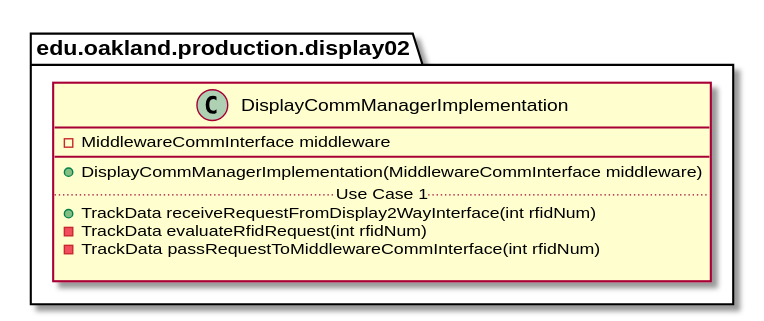
Earlier version of the PlantUML export docs/uml-class-diagrams/display02/production/DisplayCommManagerImplementation/DisplayCommManagerImplementation.svg (andrewdimmer/csi-3370-software-project).
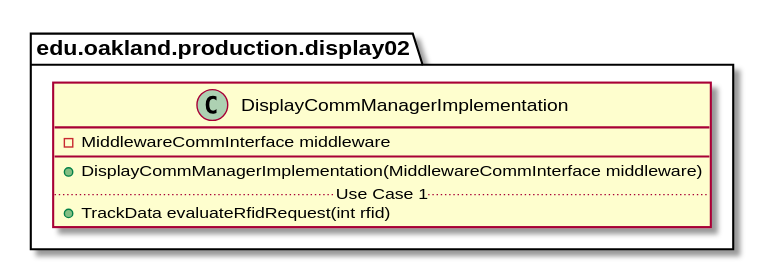
Above is the later version.

The edit, as a diff of the source:
```diff
@@ -6,10 +6,7 @@
         __
         + DisplayCommManagerImplementation(MiddlewareCommInterface middleware)
         .. Use Case 1 ..
-        + TrackData receiveRequestFromDisplay2WayInterface(int rfidNum)
-        - TrackData evaluateRfidRequest(int rfidNum)
-        - TrackData passRequestToMiddlewareCommInterface(int rfidNum)
-
+        + TrackData evaluateRfidRequest(int rfid)
     }
 }
 
```
